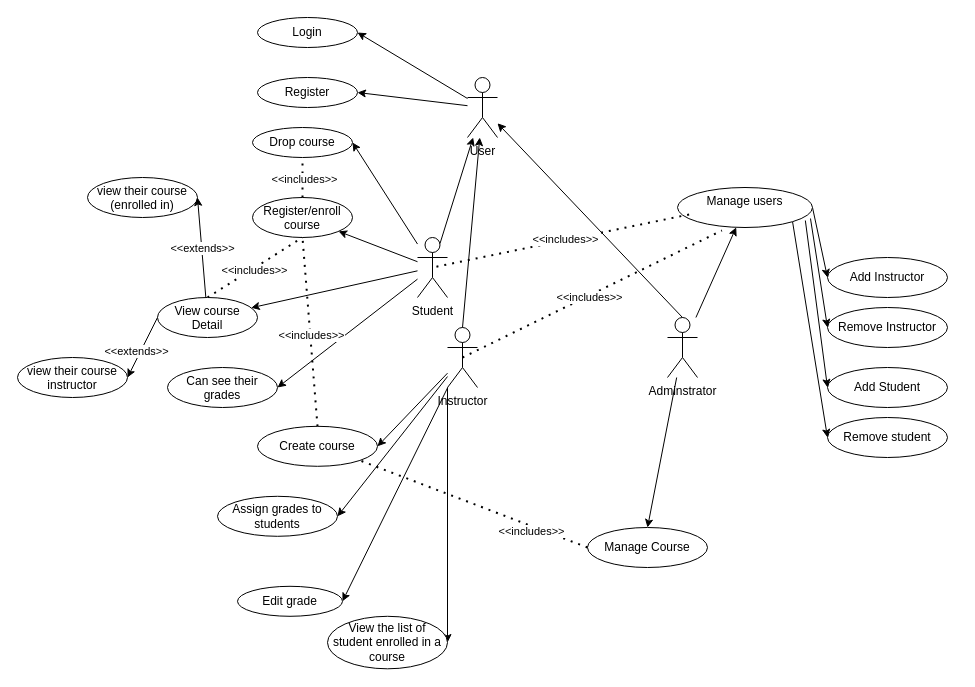
ifeanyicyriacus/student_course_management_system keeps this draw.io diagram as page "Use Case Diagram" (1 of 4) of diagrams_scms.drawio. Above is the earlier version. Source tidied: cells renumbered, new cells numbered last; positions are measured from the earlier drawing's top-left corner, leaving out a move shared by most shapes. Both pictures are drawn from the tidied source at 100%, with x=0, y=0 at pixel (17, 17).
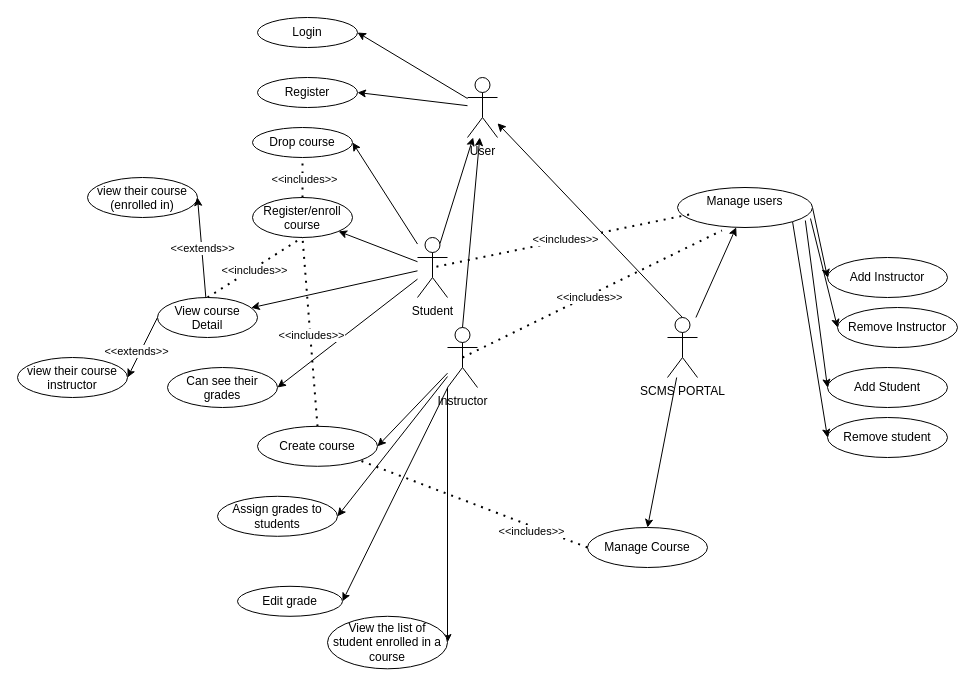
After the change.

Change to the diagram source:
```diff
@@
-    <mxCell id="31" value="Adminstrator" style="shape=umlActor;verticalLabelPosition=bottom;verticalAlign=top;html=1;outlineConnect=0;" parent="1" vertex="1">
+    <mxCell id="31" value="SCMS PORTAL" style="shape=umlActor;verticalLabelPosition=bottom;verticalAlign=top;html=1;outlineConnect=0;" parent="1" vertex="1">
       <mxGeometry x="650" y="300" width="30" height="60" as="geometry" />
     </mxCell>
@@
     <mxCell id="35" value="Remove Instructor" style="ellipse;whiteSpace=wrap;html=1;" parent="1" vertex="1">
-      <mxGeometry x="810" y="290" width="120" height="40" as="geometry" />
+      <mxGeometry x="820" y="290" width="120" height="40" as="geometry" />
     </mxCell>
```
